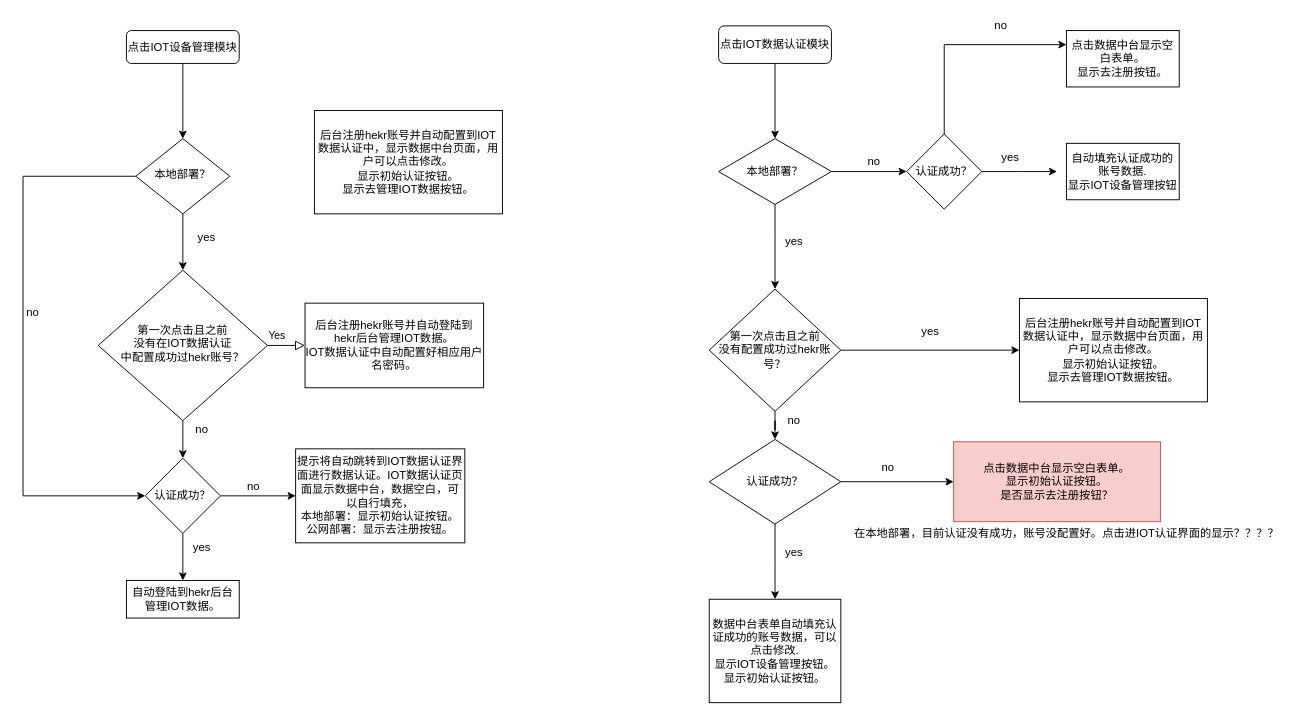
brightzoe/IMG keeps this draw.io diagram as hekr二期融合.drawio. Above is the earlier version. Source tidied: cells renumbered, new cells numbered last; positions are measured from the earlier drawing's top-left corner, leaving out a move shared by most shapes. Both pictures are drawn from the tidied source at 94%, with x=0, y=0 at pixel (18, 16).
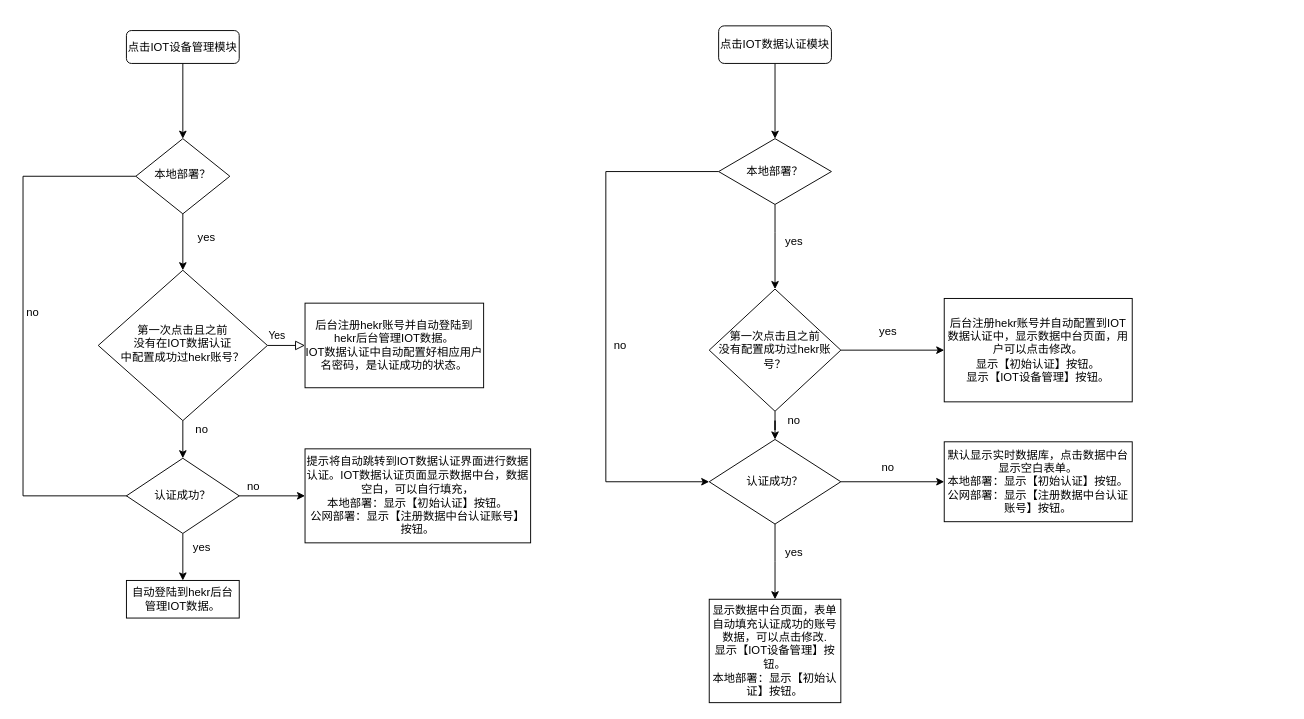
The same diagram, later.

Commit message:
更新hekr二期融合.drawio

Unchanged cells that the change refers to:
```xml
<mxCell id="34" value="本地部署？" style="rhombus;whiteSpace=wrap;html=1;" parent="1" vertex="1">
  <mxGeometry x="745" y="130" width="120" height="70" as="geometry" />
</mxCell>
<mxCell id="37" value="认证成功？" style="rhombus;whiteSpace=wrap;html=1;" parent="1" vertex="1">
  <mxGeometry x="735" y="450" width="140" height="90" as="geometry" />
</mxCell>
```

The edit, as a diff of the source:
```diff
@@
-    <mxCell id="10" value="后台注册hekr账号并自动登陆到hekr后台管理IOT数据。&lt;br&gt;IOT数据认证中自动配置好相应用户名密码。" style="rounded=0;whiteSpace=wrap;html=1;fontSize=12;glass=0;strokeWidth=1;shadow=0;" parent="1" vertex="1">
+    <mxCell id="10" value="后台注册hekr账号并自动登陆到hekr后台管理IOT数据。&lt;br&gt;IOT数据认证中自动配置好相应用户名密码，是认证成功的状态。" style="rounded=0;whiteSpace=wrap;html=1;fontSize=12;glass=0;strokeWidth=1;shadow=0;" parent="1" vertex="1">
       <mxGeometry x="305" y="305" width="190" height="90" as="geometry" />
     </mxCell>
-    <mxCell id="11" value="后台注册hekr账号并自动配置到IOT数据认证中，显示数据中台页面，用户可以点击修改。&lt;br&gt;显示初始认证按钮。&lt;br&gt;显示去管理IOT数据按钮。" style="whiteSpace=wrap;html=1;" parent="1" vertex="1">
-      <mxGeometry x="315" y="100" width="200" height="110" as="geometry" />
-    </mxCell>
@@
-    <mxCell id="13" value="数据中台表单自动填充认证成功的账号数据，可以点击修改.&lt;br&gt;显示IOT设备管理按钮。&lt;br&gt;显示初始认证按钮。" style="whiteSpace=wrap;html=1;" parent="1" vertex="1">
+    <mxCell id="13" value="显示数据中台页面，表单自动填充认证成功的账号数据，可以点击修改.&lt;br&gt;显示【IOT设备管理】按钮。&lt;br&gt;本地部署：显示【初始认证】按钮。" style="whiteSpace=wrap;html=1;" parent="1" vertex="1">
       <mxGeometry x="735" y="620" width="140" height="110" as="geometry" />
     </mxCell>
-    <mxCell id="14" value="点击数据中台显示空白表单。&lt;br&gt;显示初始认证按钮。&lt;br&gt;是否显示去注册按钮？" style="whiteSpace=wrap;html=1;fillColor=#f8cecc;strokeColor=#b85450;" parent="1" vertex="1">
-      <mxGeometry x="995" y="452.5" width="220" height="85" as="geometry" />
+    <mxCell id="14" value="默认显示实时数据库，点击数据中台显示空白表单。&lt;br&gt;本地部署：显示【初始认证】按钮。&lt;br&gt;公网部署：显示【注册数据中台认证账号】按钮。" style="whiteSpace=wrap;html=1;" parent="1" vertex="1">
+      <mxGeometry x="985" y="452.5" width="200" height="85" as="geometry" />
     </mxCell>
@@
+    <mxCell id="51" style="edgeStyle=orthogonalEdgeStyle;rounded=0;jettySize=auto;html=1;exitX=1;exitY=0.5;exitDx=0;exitDy=0;" parent="1" edge="1" source="18">
+      <mxGeometry relative="1" as="geometry">
+        <mxPoint x="215" y="510" as="targetPoint" />
+      </mxGeometry>
+    </mxCell>
     <mxCell id="18" value="认证成功？" style="rhombus;whiteSpace=wrap;html=1;" parent="1" vertex="1">
-      <mxGeometry x="135" y="470" width="80" height="80" as="geometry" />
+      <mxGeometry x="115" y="470" width="120" height="80" as="geometry" />
     </mxCell>
@@
-    <mxCell id="21" value="提示将自动跳转到IOT数据认证界面进行数据认证。IOT数据认证页面显示数据中台，数据空白，可以自行填充，&lt;br&gt;本地部署：显示初始认证按钮。&lt;br&gt;公网部署：显示去注册按钮。" style="whiteSpace=wrap;html=1;" parent="1" vertex="1">
-      <mxGeometry x="295" y="460" width="180" height="100" as="geometry" />
+    <mxCell id="21" value="提示将自动跳转到IOT数据认证界面进行数据认证。IOT数据认证页面显示数据中台，数据空白，可以自行填充，&lt;br&gt;本地部署：显示【初始认证】按钮。&lt;br&gt;公网部署：显示【注册数据中台认证账号】&lt;span&gt;按钮。&lt;/span&gt;" style="whiteSpace=wrap;html=1;" parent="1" vertex="1">
+      <mxGeometry x="305" y="460" width="240" height="100" as="geometry" />
     </mxCell>
@@
     <mxCell id="25" value="yes&lt;br&gt;" style="text;html=1;align=center;verticalAlign=middle;" parent="1" vertex="1">
-      <mxGeometry x="955" y="325" width="30" height="20" as="geometry" />
+      <mxGeometry x="910" y="325" width="30" height="20" as="geometry" />
     </mxCell>
@@
-    <mxCell id="32" value="后台注册hekr账号并自动配置到IOT数据认证中，显示数据中台页面，用户可以点击修改。&lt;br&gt;显示初始认证按钮。&lt;br&gt;显示去管理IOT数据按钮。" style="whiteSpace=wrap;html=1;" parent="1" vertex="1">
-      <mxGeometry x="1065" y="300" width="200" height="110" as="geometry" />
+    <mxCell id="32" value="后台注册hekr账号并自动配置到IOT数据认证中，显示数据中台页面，用户可以点击修改。&lt;br&gt;显示【初始认证】按钮。&lt;br&gt;显示【IOT设备管理】按钮。" style="whiteSpace=wrap;html=1;" parent="1" vertex="1">
+      <mxGeometry x="985" y="300" width="200" height="110" as="geometry" />
     </mxCell>
-    <mxCell id="33" style="edgeStyle=orthogonalEdgeStyle;rounded=0;jettySize=auto;html=1;" parent="1" edge="1" source="34">
+    <mxCell id="33" style="edgeStyle=orthogonalEdgeStyle;rounded=0;jettySize=auto;html=1;entryX=0;entryY=0.5;entryDx=0;entryDy=0;" parent="1" edge="1" source="34" target="37">
       <mxGeometry relative="1" as="geometry">
-        <mxPoint x="945" y="165" as="targetPoint" />
+        <Array as="points">
+          <mxPoint x="625" y="165" />
+          <mxPoint x="625" y="495" />
+        </Array>
       </mxGeometry>
     </mxCell>
@@
     <mxCell id="42" value="no" style="text;html=1;align=center;verticalAlign=middle;" parent="1" vertex="1">
-      <mxGeometry x="895" y="145" width="30" height="20" as="geometry" />
+      <mxGeometry x="625" y="340" width="30" height="20" as="geometry" />
     </mxCell>
-    <mxCell id="43" style="edgeStyle=orthogonalEdgeStyle;rounded=0;jettySize=auto;html=1;" parent="1" edge="1" source="45">
-      <mxGeometry relative="1" as="geometry">
-        <mxPoint x="1105" y="165" as="targetPoint" />
-      </mxGeometry>
-    </mxCell>
-    <mxCell id="44" style="edgeStyle=orthogonalEdgeStyle;rounded=0;jettySize=auto;html=1;exitX=0.5;exitY=0;exitDx=0;exitDy=0;entryX=0;entryY=0.25;entryDx=0;entryDy=0;" parent="1" edge="1" source="45" target="48">
-      <mxGeometry relative="1" as="geometry" />
-    </mxCell>
-    <mxCell id="45" value="认证成功？" style="rhombus;whiteSpace=wrap;html=1;" parent="1" vertex="1">
-      <mxGeometry x="945" y="125" width="80" height="80" as="geometry" />
-    </mxCell>
-    <mxCell id="46" value="自动填充认证成功的账号数据.&lt;br&gt;显示IOT设备管理按钮" style="rounded=0;whiteSpace=wrap;html=1;" parent="1" vertex="1">
-      <mxGeometry x="1115" y="135" width="120" height="60" as="geometry" />
-    </mxCell>
-    <mxCell id="47" value="yes" style="text;html=1;align=center;verticalAlign=middle;" parent="1" vertex="1">
-      <mxGeometry x="1040" y="140" width="30" height="20" as="geometry" />
-    </mxCell>
-    <mxCell id="48" value="点击数据中台显示空白表单。&lt;br&gt;显示去注册按钮。" style="rounded=0;whiteSpace=wrap;html=1;" parent="1" vertex="1">
-      <mxGeometry x="1115" y="15" width="120" height="60" as="geometry" />
-    </mxCell>
-    <mxCell id="49" value="no" style="text;html=1;align=center;verticalAlign=middle;" parent="1" vertex="1">
-      <mxGeometry x="1030" width="30" height="20" as="geometry" />
-    </mxCell>
-    <mxCell id="50" value="在本地部署，目前认证没有成功，账号没配置好。点击进IOT认证界面的显示？？？？" style="text;html=1;align=center;verticalAlign=middle;" parent="1" vertex="1">
-      <mxGeometry x="880" y="540" width="470" height="20" as="geometry" />
-    </mxCell>
```
